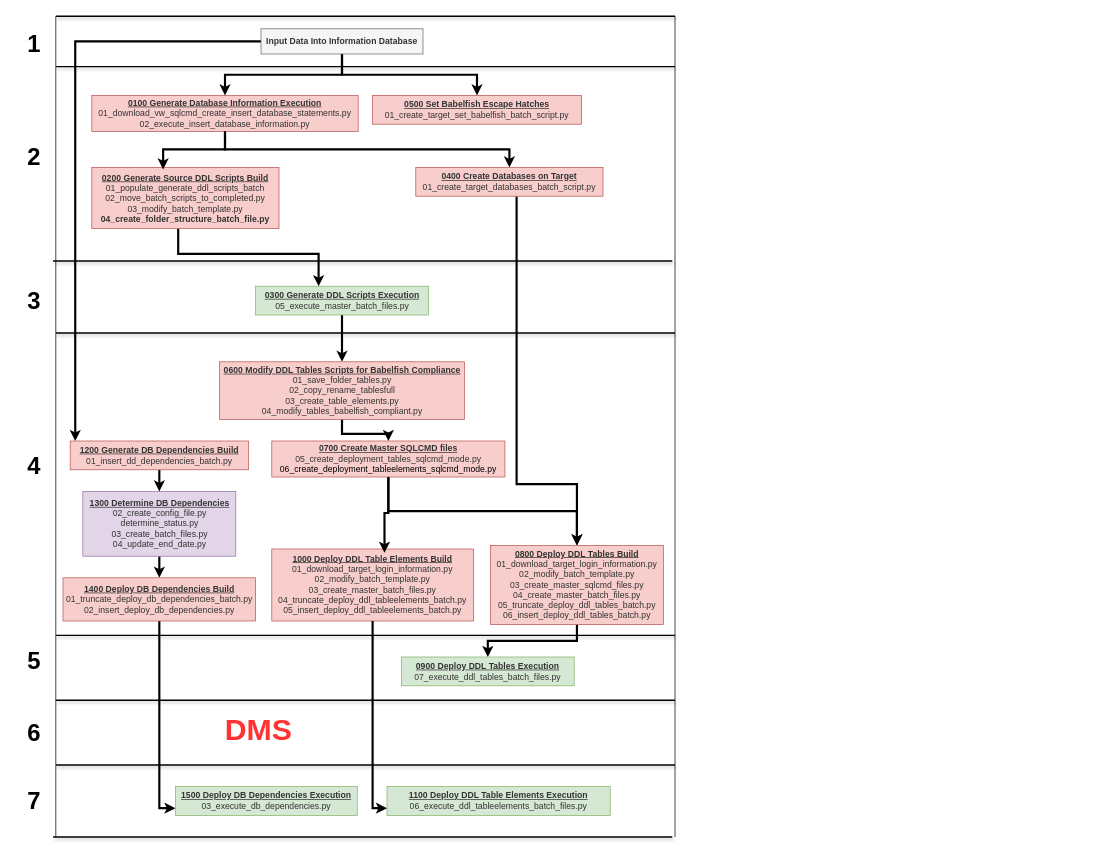
smpetersgithub/draw-diagrams-depot keeps this draw.io diagram as Babelfish Deployment Utility Alpha.drawio. Above is the earlier version. Source tidied: cells renumbered, new cells numbered last; positions are measured from the earlier drawing's top-left corner, leaving out a move shared by most shapes. Both pictures are drawn from the tidied source at 72%, with x=0, y=0 at pixel (12, 16).
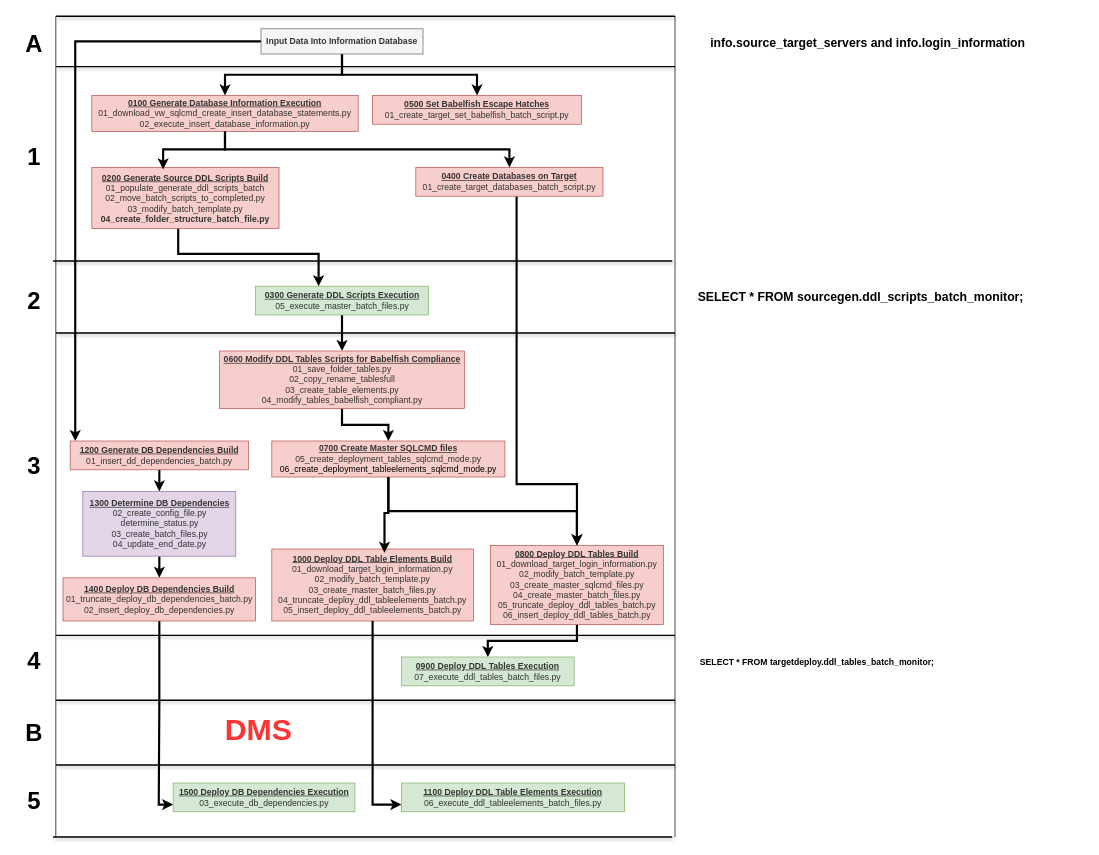
After the change.

Diff of the diagram source:
```diff
@@
     <mxCell id="14" value="&lt;span style=&quot;color: rgb(51, 51, 51);&quot;&gt;&lt;b&gt;&lt;u&gt;0600 Modify DDL Tables Scripts for Babelfish Compliance&lt;/u&gt;&lt;/b&gt;&lt;/span&gt;&lt;div&gt;&lt;font style=&quot;&quot; color=&quot;#333333&quot;&gt;01_save_folder_tables.py&lt;/font&gt;&lt;br&gt;&lt;/div&gt;&lt;div&gt;&lt;font style=&quot;&quot; color=&quot;#333333&quot;&gt;02_copy_rename_tablesfull&lt;br&gt;&lt;/font&gt;&lt;/div&gt;&lt;div&gt;&lt;font style=&quot;&quot; color=&quot;#333333&quot;&gt;03_create_table_elements.py&lt;br&gt;&lt;/font&gt;&lt;/div&gt;&lt;div&gt;&lt;font style=&quot;&quot; color=&quot;#333333&quot;&gt;04_modify_tables_babelfish_compliant.py&lt;/font&gt;&lt;/div&gt;" style="rounded=0;whiteSpace=wrap;html=1;fillColor=#f8cecc;strokeColor=#b85450;" parent="1" vertex="1">
-      <mxGeometry x="287.5" y="480" width="340" height="80" as="geometry" />
+      <mxGeometry x="287.5" y="465" width="340" height="80" as="geometry" />
     </mxCell>
@@
     <mxCell id="21" value="&lt;span style=&quot;color: rgb(51, 51, 51);&quot;&gt;&lt;b&gt;&lt;u&gt;1100 Deploy DDL Table Elements Execution&lt;/u&gt;&lt;/b&gt;&lt;/span&gt;&lt;div&gt;&lt;font color=&quot;#333333&quot;&gt;06_execute_ddl_tableelements_batch_files.py&lt;/font&gt;&lt;br&gt;&lt;/div&gt;" style="rounded=0;whiteSpace=wrap;html=1;fillColor=#d5e8d4;strokeColor=#82b366;" parent="1" vertex="1">
-      <mxGeometry x="520" y="1070" width="310" height="40" as="geometry" />
+      <mxGeometry x="540" y="1065" width="310" height="40" as="geometry" />
     </mxCell>
@@
     <mxCell id="28" value="&lt;span style=&quot;color: rgb(51, 51, 51);&quot;&gt;&lt;b&gt;&lt;u&gt;1500 Deploy DB Dependencies Execution&lt;/u&gt;&lt;/b&gt;&lt;/span&gt;&lt;div&gt;&lt;font color=&quot;#333333&quot;&gt;03_execute_db_dependencies.py&lt;/font&gt;&lt;br&gt;&lt;/div&gt;" style="rounded=0;whiteSpace=wrap;html=1;fillColor=#d5e8d4;strokeColor=#82b366;" parent="1" vertex="1">
-      <mxGeometry x="226.2" y="1070" width="252.5" height="40" as="geometry" />
+      <mxGeometry x="223" y="1065" width="252.5" height="40" as="geometry" />
     </mxCell>
@@
-    <mxCell id="33" value="&lt;font style=&quot;font-size: 33px;&quot;&gt;&lt;b&gt;1&lt;/b&gt;&lt;/font&gt;" style="text;html=1;align=center;verticalAlign=middle;whiteSpace=wrap;rounded=0;" parent="1" vertex="1">
+    <mxCell id="33" value="&lt;font style=&quot;font-size: 33px;&quot;&gt;&lt;b&gt;A&lt;/b&gt;&lt;/font&gt;" style="text;html=1;align=center;verticalAlign=middle;whiteSpace=wrap;rounded=0;" parent="1" vertex="1">
       <mxGeometry y="22.5" width="60" height="30" as="geometry" />
     </mxCell>
-    <mxCell id="34" value="&lt;font style=&quot;font-size: 33px;&quot;&gt;&lt;b&gt;3&lt;/b&gt;&lt;/font&gt;" style="text;html=1;align=center;verticalAlign=middle;whiteSpace=wrap;rounded=0;" parent="1" vertex="1">
+    <mxCell id="34" value="&lt;font style=&quot;font-size: 33px;&quot;&gt;&lt;b&gt;2&lt;/b&gt;&lt;/font&gt;" style="text;html=1;align=center;verticalAlign=middle;whiteSpace=wrap;rounded=0;" parent="1" vertex="1">
       <mxGeometry y="380" width="60" height="30" as="geometry" />
     </mxCell>
-    <mxCell id="35" value="&lt;font style=&quot;font-size: 33px;&quot;&gt;&lt;b&gt;2&lt;/b&gt;&lt;/font&gt;" style="text;html=1;align=center;verticalAlign=middle;whiteSpace=wrap;rounded=0;" parent="1" vertex="1">
+    <mxCell id="35" value="&lt;font style=&quot;font-size: 33px;&quot;&gt;&lt;b&gt;1&lt;/b&gt;&lt;/font&gt;" style="text;html=1;align=center;verticalAlign=middle;whiteSpace=wrap;rounded=0;" parent="1" vertex="1">
       <mxGeometry y="180" width="60" height="30" as="geometry" />
     </mxCell>
-    <mxCell id="36" value="&lt;font style=&quot;font-size: 33px;&quot;&gt;&lt;b&gt;4&lt;/b&gt;&lt;/font&gt;" style="text;html=1;align=center;verticalAlign=middle;whiteSpace=wrap;rounded=0;" parent="1" vertex="1">
+    <mxCell id="36" value="&lt;font style=&quot;font-size: 33px;&quot;&gt;&lt;b&gt;3&lt;/b&gt;&lt;/font&gt;" style="text;html=1;align=center;verticalAlign=middle;whiteSpace=wrap;rounded=0;" parent="1" vertex="1">
       <mxGeometry y="610" width="60" height="30" as="geometry" />
     </mxCell>
-    <mxCell id="37" value="&lt;font style=&quot;font-size: 33px;&quot;&gt;&lt;b&gt;5&lt;/b&gt;&lt;/font&gt;" style="text;html=1;align=center;verticalAlign=middle;whiteSpace=wrap;rounded=0;" parent="1" vertex="1">
+    <mxCell id="37" value="&lt;font style=&quot;font-size: 33px;&quot;&gt;&lt;b&gt;4&lt;/b&gt;&lt;/font&gt;" style="text;html=1;align=center;verticalAlign=middle;whiteSpace=wrap;rounded=0;" parent="1" vertex="1">
       <mxGeometry y="880" width="60" height="30" as="geometry" />
     </mxCell>
-    <mxCell id="38" value="&lt;font style=&quot;font-size: 33px;&quot;&gt;&lt;b&gt;6&lt;/b&gt;&lt;/font&gt;" style="text;html=1;align=center;verticalAlign=middle;whiteSpace=wrap;rounded=0;" parent="1" vertex="1">
+    <mxCell id="38" value="&lt;font style=&quot;font-size: 33px;&quot;&gt;&lt;b&gt;B&lt;/b&gt;&lt;/font&gt;" style="text;html=1;align=center;verticalAlign=middle;whiteSpace=wrap;rounded=0;" parent="1" vertex="1">
       <mxGeometry y="980" width="60" height="30" as="geometry" />
     </mxCell>
-    <mxCell id="39" value="&lt;font style=&quot;font-size: 33px;&quot;&gt;&lt;b&gt;7&lt;/b&gt;&lt;/font&gt;" style="text;html=1;align=center;verticalAlign=middle;whiteSpace=wrap;rounded=0;" parent="1" vertex="1">
+    <mxCell id="39" value="&lt;font style=&quot;font-size: 33px;&quot;&gt;&lt;b&gt;5&lt;/b&gt;&lt;/font&gt;" style="text;html=1;align=center;verticalAlign=middle;whiteSpace=wrap;rounded=0;" parent="1" vertex="1">
       <mxGeometry y="1075" width="60" height="30" as="geometry" />
     </mxCell>
@@
+    <mxCell id="52" value="SELECT * FROM sourcegen.ddl_scripts_batch_monitor;" style="text;whiteSpace=wrap;fontStyle=1;fontSize=17;" parent="1" vertex="1">
+      <mxGeometry x="950" y="374" width="543" height="36" as="geometry" />
+    </mxCell>
+    <mxCell id="53" value="SELECT * FROM targetdeploy.ddl_tables_batch_monitor;" style="text;whiteSpace=wrap;fontStyle=1;" parent="1" vertex="1">
+      <mxGeometry x="953" y="884" width="334" height="36" as="geometry" />
+    </mxCell>
+    <mxCell id="54" value="&lt;b&gt;&lt;font style=&quot;font-size: 17px;&quot;&gt;info.source_target_servers and info.login_information&lt;/font&gt;&lt;/b&gt;" style="text;html=1;align=center;verticalAlign=middle;whiteSpace=wrap;rounded=0;" parent="1" vertex="1">
+      <mxGeometry x="953" y="22.5" width="470" height="30" as="geometry" />
+    </mxCell>
```
